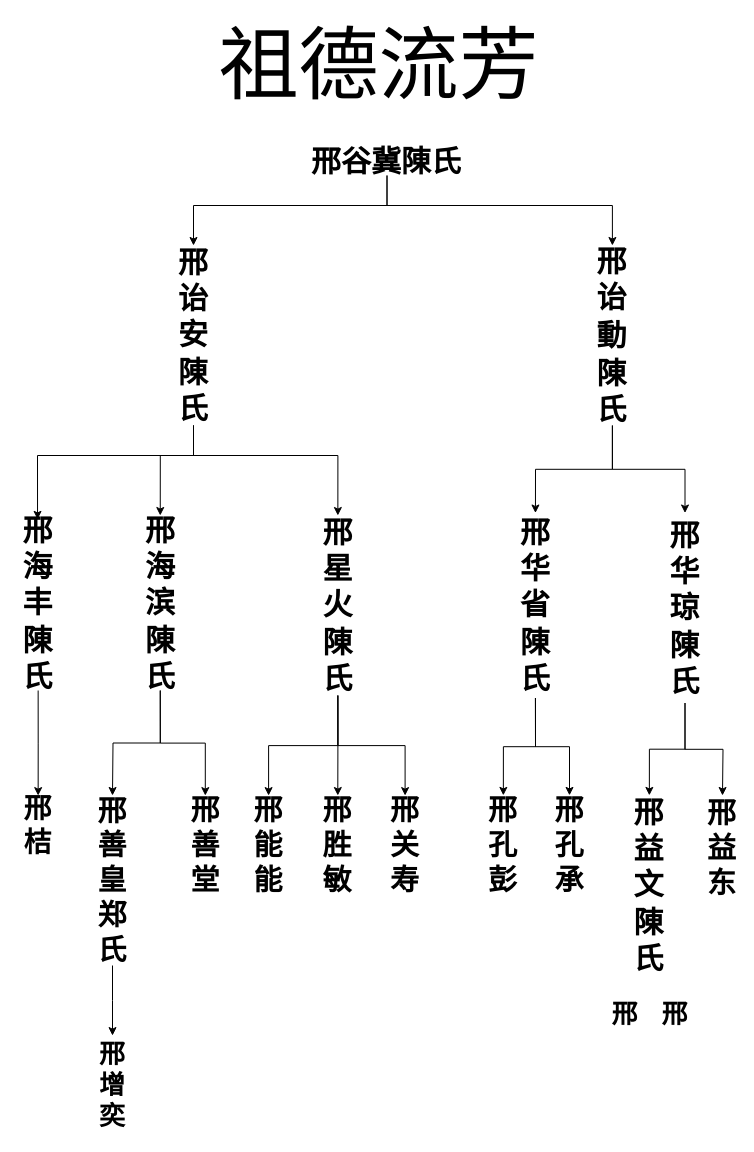
Before: Untitled Diagram.drawio in sunplanter/DSA, a draw.io diagram. Source tidied: cells renumbered, new cells numbered last; positions are measured from the earlier drawing's top-left corner, leaving out a move shared by most shapes. Both pictures are drawn from the tidied source at 100%, with x=0, y=0 at pixel (16, 35).
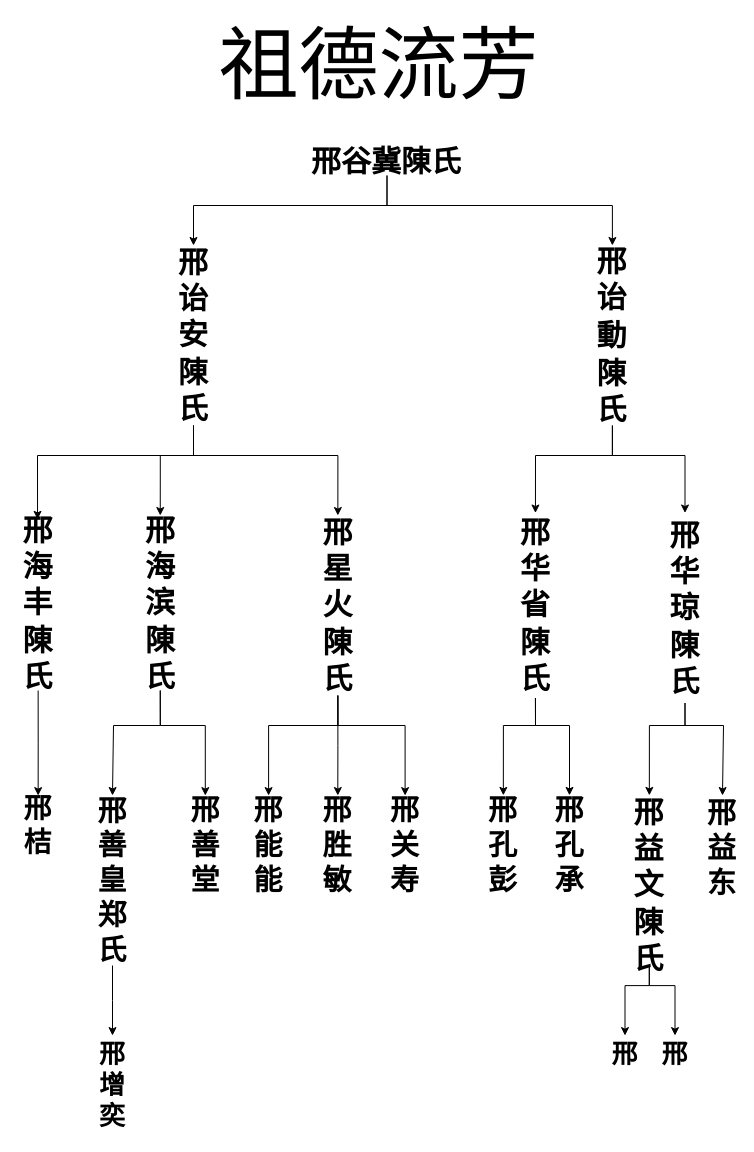
After the change.

The change refers to these unchanged cells:
```xml
<mxCell id="11" value="&lt;span style=&quot;white-space: nowrap; font-size: 30px;&quot;&gt;&lt;b&gt;&lt;font style=&quot;font-size: 30px;&quot;&gt;邢&lt;/font&gt;&lt;/b&gt;&lt;/span&gt;&lt;div style=&quot;font-size: 30px;&quot;&gt;&lt;b&gt;&lt;font style=&quot;font-size: 30px;&quot;&gt;&lt;span style=&quot;white-space: nowrap;&quot;&gt;诒&lt;/span&gt;&lt;br&gt;&lt;/font&gt;&lt;/b&gt;&lt;/div&gt;&lt;div style=&quot;font-size: 30px;&quot;&gt;&lt;span style=&quot;text-align: start; white-space: pre-wrap; font-family: &amp;quot;Helvetica Neue&amp;quot;, Helvetica, &amp;quot;PingFang SC&amp;quot;, Tahoma, Arial, sans-serif; background-color: rgb(255, 255, 255);&quot;&gt;&lt;b&gt;&lt;font style=&quot;font-size: 30px;&quot;&gt;動&lt;/font&gt;&lt;/b&gt;&lt;/span&gt;&lt;/div&gt;&lt;div style=&quot;font-size: 30px;&quot;&gt;&lt;span style=&quot;text-align: start; white-space: pre-wrap; font-family: &amp;quot;Helvetica Neue&amp;quot;, Helvetica, &amp;quot;PingFang SC&amp;quot;, Tahoma, Arial, sans-serif; background-color: rgb(255, 255, 255);&quot;&gt;&lt;b&gt;&lt;font style=&quot;font-size: 30px;&quot;&gt;陳&lt;/font&gt;&lt;/b&gt;&lt;/span&gt;&lt;/div&gt;&lt;div style=&quot;font-size: 30px;&quot;&gt;&lt;span style=&quot;white-space: nowrap;&quot;&gt;&lt;b&gt;&lt;font style=&quot;font-size: 30px;&quot;&gt;氏&lt;/font&gt;&lt;/b&gt;&lt;/span&gt;&lt;/div&gt;" style="text;strokeColor=none;align=center;fillColor=none;html=1;verticalAlign=middle;whiteSpace=wrap;rounded=0;strokeWidth=1;" parent="1" vertex="1">
  <mxGeometry x="578.4" y="210" width="35" height="180" as="geometry" />
</mxCell>
<mxCell id="14" value="&lt;font style=&quot;font-size: 30px;&quot;&gt;&lt;span style=&quot;white-space: nowrap;&quot;&gt;&lt;b&gt;邢&lt;/b&gt;&lt;/span&gt;&lt;/font&gt;&lt;div style=&quot;font-size: 30px;&quot;&gt;&lt;b&gt;&lt;font style=&quot;font-size: 30px;&quot;&gt;&lt;span style=&quot;white-space: nowrap;&quot;&gt;华&lt;/span&gt;&lt;br&gt;&lt;/font&gt;&lt;/b&gt;&lt;/div&gt;&lt;div style=&quot;font-size: 30px;&quot;&gt;&lt;font style=&quot;font-size: 30px;&quot;&gt;&lt;span style=&quot;white-space: nowrap;&quot;&gt;&lt;b&gt;琼&lt;/b&gt;&lt;/span&gt;&lt;/font&gt;&lt;/div&gt;&lt;div style=&quot;font-size: 30px;&quot;&gt;&lt;font style=&quot;font-size: 30px;&quot;&gt;&lt;span style=&quot;text-align: start; white-space: pre-wrap; font-family: &amp;quot;Helvetica Neue&amp;quot;, Helvetica, &amp;quot;PingFang SC&amp;quot;, Tahoma, Arial, sans-serif; background-color: rgb(255, 255, 255);&quot;&gt;&lt;b&gt;陳&lt;/b&gt;&lt;/span&gt;&lt;/font&gt;&lt;/div&gt;&lt;div style=&quot;font-size: 30px;&quot;&gt;&lt;font style=&quot;font-size: 30px;&quot;&gt;&lt;span style=&quot;white-space: nowrap;&quot;&gt;&lt;b&gt;氏&lt;/b&gt;&lt;/span&gt;&lt;/font&gt;&lt;/div&gt;" style="text;strokeColor=none;align=center;fillColor=none;html=1;verticalAlign=middle;whiteSpace=wrap;rounded=0;strokeWidth=1;" parent="1" vertex="1">
  <mxGeometry x="646" y="477.5" width="45" height="190" as="geometry" />
</mxCell>
<mxCell id="17" value="&lt;span style=&quot;white-space: nowrap; font-size: 30px;&quot;&gt;&lt;b&gt;&lt;font style=&quot;font-size: 30px;&quot;&gt;邢&lt;/font&gt;&lt;/b&gt;&lt;/span&gt;&lt;div style=&quot;font-size: 30px;&quot;&gt;&lt;span style=&quot;white-space: nowrap;&quot;&gt;&lt;b&gt;&lt;font style=&quot;font-size: 30px;&quot;&gt;华&lt;/font&gt;&lt;/b&gt;&lt;/span&gt;&lt;/div&gt;&lt;div style=&quot;font-size: 30px;&quot;&gt;&lt;span style=&quot;white-space: nowrap;&quot;&gt;&lt;b&gt;&lt;font style=&quot;font-size: 30px;&quot;&gt;省&lt;/font&gt;&lt;/b&gt;&lt;/span&gt;&lt;/div&gt;&lt;div style=&quot;font-size: 30px;&quot;&gt;&lt;span style=&quot;white-space: pre-wrap; text-align: start; font-family: &amp;quot;Helvetica Neue&amp;quot;, Helvetica, &amp;quot;PingFang SC&amp;quot;, Tahoma, Arial, sans-serif; background-color: rgb(255, 255, 255);&quot;&gt;&lt;b&gt;&lt;font style=&quot;font-size: 30px;&quot;&gt;陳&lt;/font&gt;&lt;/b&gt;&lt;/span&gt;&lt;/div&gt;&lt;div style=&quot;font-size: 30px;&quot;&gt;&lt;span style=&quot;white-space: nowrap;&quot;&gt;&lt;b&gt;&lt;font style=&quot;font-size: 30px;&quot;&gt;氏&lt;/font&gt;&lt;/b&gt;&lt;/span&gt;&lt;/div&gt;" style="text;strokeColor=none;align=center;fillColor=none;html=1;verticalAlign=middle;whiteSpace=wrap;rounded=0;strokeWidth=1;" parent="1" vertex="1">
  <mxGeometry x="501.2" y="477.5" width="35.5" height="185" as="geometry" />
</mxCell>
<mxCell id="18" value="&lt;span style=&quot;white-space: nowrap; font-size: 29px;&quot;&gt;&lt;font style=&quot;font-size: 29px;&quot;&gt;&lt;b&gt;邢&lt;/b&gt;&lt;/font&gt;&lt;/span&gt;&lt;div style=&quot;font-size: 29px;&quot;&gt;&lt;span style=&quot;white-space: nowrap;&quot;&gt;&lt;font style=&quot;font-size: 29px;&quot;&gt;&lt;b&gt;孔&lt;/b&gt;&lt;/font&gt;&lt;/span&gt;&lt;/div&gt;&lt;div style=&quot;font-size: 29px;&quot;&gt;&lt;span style=&quot;white-space: nowrap;&quot;&gt;&lt;font style=&quot;font-size: 29px;&quot;&gt;&lt;b&gt;承&lt;/b&gt;&lt;/font&gt;&lt;/span&gt;&lt;/div&gt;" style="text;strokeColor=none;align=center;fillColor=none;html=1;verticalAlign=middle;whiteSpace=wrap;rounded=0;strokeWidth=1;" parent="1" vertex="1">
  <mxGeometry x="536.8" y="759.9" width="32.4" height="100.1" as="geometry" />
</mxCell>
<mxCell id="19" value="&lt;span style=&quot;white-space: nowrap; font-size: 29px;&quot;&gt;&lt;font style=&quot;font-size: 29px;&quot;&gt;&lt;b&gt;邢&lt;/b&gt;&lt;/font&gt;&lt;/span&gt;&lt;div style=&quot;font-size: 29px;&quot;&gt;&lt;span style=&quot;white-space: nowrap;&quot;&gt;&lt;font style=&quot;font-size: 29px;&quot;&gt;&lt;b&gt;孔&lt;/b&gt;&lt;/font&gt;&lt;/span&gt;&lt;/div&gt;&lt;div style=&quot;font-size: 29px;&quot;&gt;&lt;span style=&quot;white-space: nowrap;&quot;&gt;&lt;font style=&quot;font-size: 29px;&quot;&gt;&lt;b&gt;彭&lt;/b&gt;&lt;/font&gt;&lt;/span&gt;&lt;/div&gt;" style="text;strokeColor=none;align=center;fillColor=none;html=1;verticalAlign=middle;whiteSpace=wrap;rounded=0;strokeWidth=1;" parent="1" vertex="1">
  <mxGeometry x="472.4" y="759.9" width="28.9" height="100.1" as="geometry" />
</mxCell>
<mxCell id="20" value="&lt;span style=&quot;white-space: nowrap; font-size: 30px;&quot;&gt;&lt;font style=&quot;font-size: 30px;&quot;&gt;&lt;b&gt;邢&lt;/b&gt;&lt;/font&gt;&lt;/span&gt;&lt;div style=&quot;font-size: 30px;&quot;&gt;&lt;span style=&quot;white-space: nowrap;&quot;&gt;&lt;font style=&quot;font-size: 30px;&quot;&gt;&lt;b&gt;益&lt;/b&gt;&lt;/font&gt;&lt;/span&gt;&lt;/div&gt;&lt;div style=&quot;font-size: 30px;&quot;&gt;&lt;span style=&quot;white-space: nowrap;&quot;&gt;&lt;font style=&quot;font-size: 30px;&quot;&gt;&lt;b&gt;文&lt;/b&gt;&lt;/font&gt;&lt;/span&gt;&lt;/div&gt;&lt;div style=&quot;font-size: 30px;&quot;&gt;&lt;span style=&quot;white-space: pre-wrap; text-align: start; font-family: &amp;quot;Helvetica Neue&amp;quot;, Helvetica, &amp;quot;PingFang SC&amp;quot;, Tahoma, Arial, sans-serif; background-color: rgb(255, 255, 255);&quot;&gt;&lt;font style=&quot;font-size: 30px;&quot;&gt;&lt;b&gt;陳&lt;/b&gt;&lt;/font&gt;&lt;/span&gt;&lt;/div&gt;&lt;div style=&quot;font-size: 30px;&quot;&gt;&lt;span style=&quot;white-space: nowrap;&quot;&gt;&lt;font style=&quot;font-size: 30px;&quot;&gt;&lt;b&gt;氏&lt;/b&gt;&lt;/font&gt;&lt;/span&gt;&lt;/div&gt;" style="text;strokeColor=none;align=center;fillColor=none;html=1;verticalAlign=middle;whiteSpace=wrap;rounded=0;strokeWidth=1;" parent="1" vertex="1">
  <mxGeometry x="613.4" y="759.9" width="38.9" height="180" as="geometry" />
</mxCell>
<mxCell id="24" value="&lt;span style=&quot;white-space: nowrap; font-size: 30px;&quot;&gt;&lt;font style=&quot;font-size: 30px;&quot;&gt;&lt;b&gt;邢&lt;/b&gt;&lt;/font&gt;&lt;/span&gt;&lt;div style=&quot;font-size: 30px;&quot;&gt;&lt;span style=&quot;white-space: nowrap;&quot;&gt;&lt;font style=&quot;font-size: 30px;&quot;&gt;&lt;b&gt;海&lt;/b&gt;&lt;/font&gt;&lt;/span&gt;&lt;/div&gt;&lt;div style=&quot;font-size: 30px;&quot;&gt;&lt;span style=&quot;white-space: nowrap;&quot;&gt;&lt;font style=&quot;font-size: 30px;&quot;&gt;&lt;b&gt;滨&lt;/b&gt;&lt;/font&gt;&lt;/span&gt;&lt;/div&gt;&lt;div style=&quot;font-size: 30px;&quot;&gt;&lt;span style=&quot;white-space: pre-wrap; text-align: start; font-family: &amp;quot;Helvetica Neue&amp;quot;, Helvetica, &amp;quot;PingFang SC&amp;quot;, Tahoma, Arial, sans-serif; background-color: rgb(255, 255, 255);&quot;&gt;&lt;font style=&quot;font-size: 30px;&quot;&gt;&lt;b&gt;陳&lt;/b&gt;&lt;/font&gt;&lt;/span&gt;&lt;/div&gt;&lt;div style=&quot;font-size: 30px;&quot;&gt;&lt;span style=&quot;white-space: nowrap;&quot;&gt;&lt;font style=&quot;font-size: 30px;&quot;&gt;&lt;b&gt;氏&lt;/b&gt;&lt;/font&gt;&lt;/span&gt;&lt;/div&gt;" style="text;strokeColor=none;align=center;fillColor=none;html=1;verticalAlign=middle;whiteSpace=wrap;rounded=0;strokeWidth=1;" parent="1" vertex="1">
  <mxGeometry x="124" y="480" width="39.5" height="175" as="geometry" />
</mxCell>
<mxCell id="30" value="&lt;span style=&quot;white-space: nowrap; font-size: 30px;&quot;&gt;&lt;font style=&quot;font-size: 30px;&quot;&gt;&lt;b&gt;邢&lt;/b&gt;&lt;/font&gt;&lt;/span&gt;&lt;div style=&quot;font-size: 30px;&quot;&gt;&lt;span style=&quot;white-space: nowrap;&quot;&gt;&lt;font style=&quot;font-size: 30px;&quot;&gt;&lt;b&gt;星&lt;/b&gt;&lt;/font&gt;&lt;/span&gt;&lt;/div&gt;&lt;div style=&quot;font-size: 30px;&quot;&gt;&lt;span style=&quot;white-space: nowrap;&quot;&gt;&lt;font style=&quot;font-size: 30px;&quot;&gt;&lt;b&gt;火&lt;/b&gt;&lt;/font&gt;&lt;/span&gt;&lt;/div&gt;&lt;div style=&quot;font-size: 30px;&quot;&gt;&lt;span style=&quot;white-space: pre-wrap; text-align: start; font-family: &amp;quot;Helvetica Neue&amp;quot;, Helvetica, &amp;quot;PingFang SC&amp;quot;, Tahoma, Arial, sans-serif; background-color: rgb(255, 255, 255);&quot;&gt;&lt;font style=&quot;font-size: 30px;&quot;&gt;&lt;b&gt;陳&lt;/b&gt;&lt;/font&gt;&lt;/span&gt;&lt;/div&gt;&lt;div style=&quot;font-size: 30px;&quot;&gt;&lt;span style=&quot;white-space: nowrap;&quot;&gt;&lt;font style=&quot;font-size: 30px;&quot;&gt;&lt;b&gt;氏&lt;/b&gt;&lt;/font&gt;&lt;/span&gt;&lt;/div&gt;" style="text;strokeColor=none;align=center;fillColor=none;html=1;verticalAlign=middle;whiteSpace=wrap;rounded=0;strokeWidth=1;" parent="1" vertex="1">
  <mxGeometry x="300.1" y="480" width="42.5" height="180" as="geometry" />
</mxCell>
<mxCell id="32" value="&lt;span style=&quot;white-space: nowrap; font-size: 29px;&quot;&gt;&lt;b&gt;&lt;font style=&quot;font-size: 29px;&quot;&gt;邢&lt;/font&gt;&lt;/b&gt;&lt;/span&gt;&lt;div style=&quot;font-size: 29px;&quot;&gt;&lt;span style=&quot;white-space: nowrap;&quot;&gt;&lt;b&gt;&lt;font style=&quot;font-size: 29px;&quot;&gt;善&lt;/font&gt;&lt;/b&gt;&lt;/span&gt;&lt;/div&gt;&lt;div style=&quot;font-size: 29px;&quot;&gt;&lt;span style=&quot;white-space: nowrap;&quot;&gt;&lt;b&gt;&lt;font style=&quot;font-size: 29px;&quot;&gt;堂&lt;/font&gt;&lt;/b&gt;&lt;/span&gt;&lt;/div&gt;" style="text;strokeColor=none;align=center;fillColor=none;html=1;verticalAlign=middle;whiteSpace=wrap;rounded=0;strokeWidth=1;" parent="1" vertex="1">
  <mxGeometry x="173.8" y="760.1" width="30" height="100" as="geometry" />
</mxCell>
<mxCell id="35" value="&lt;span style=&quot;white-space: nowrap; font-size: 29px;&quot;&gt;&lt;b&gt;&lt;font style=&quot;font-size: 29px;&quot;&gt;邢&lt;/font&gt;&lt;/b&gt;&lt;/span&gt;&lt;div style=&quot;font-size: 29px;&quot;&gt;&lt;span style=&quot;white-space: nowrap;&quot;&gt;&lt;b&gt;&lt;font style=&quot;font-size: 29px;&quot;&gt;关&lt;/font&gt;&lt;/b&gt;&lt;/span&gt;&lt;/div&gt;&lt;div style=&quot;font-size: 29px;&quot;&gt;&lt;span style=&quot;white-space: nowrap;&quot;&gt;&lt;b&gt;&lt;font style=&quot;font-size: 29px;&quot;&gt;寿&lt;/font&gt;&lt;/b&gt;&lt;/span&gt;&lt;/div&gt;" style="text;strokeColor=none;align=center;fillColor=none;html=1;verticalAlign=middle;whiteSpace=wrap;rounded=0;strokeWidth=1;" parent="1" vertex="1">
  <mxGeometry x="373.9" y="760.1" width="29.4" height="100" as="geometry" />
</mxCell>
<mxCell id="37" value="&lt;span style=&quot;white-space: nowrap; font-size: 29px;&quot;&gt;&lt;font style=&quot;font-size: 29px;&quot;&gt;&lt;b&gt;邢&lt;/b&gt;&lt;/font&gt;&lt;/span&gt;&lt;div style=&quot;font-size: 29px;&quot;&gt;&lt;span style=&quot;white-space: nowrap;&quot;&gt;&lt;font style=&quot;font-size: 29px;&quot;&gt;&lt;b&gt;能&lt;/b&gt;&lt;/font&gt;&lt;/span&gt;&lt;/div&gt;&lt;div style=&quot;font-size: 29px;&quot;&gt;&lt;span style=&quot;white-space: nowrap;&quot;&gt;&lt;font style=&quot;font-size: 29px;&quot;&gt;&lt;b&gt;能&lt;/b&gt;&lt;/font&gt;&lt;/span&gt;&lt;/div&gt;" style="text;strokeColor=none;align=center;fillColor=none;html=1;verticalAlign=middle;whiteSpace=wrap;rounded=0;strokeWidth=1;" parent="1" vertex="1">
  <mxGeometry x="233.9" y="760.1" width="36.4" height="100" as="geometry" />
</mxCell>
```

Change to the diagram source:
```diff
@@
     <mxCell id="9" style="edgeStyle=orthogonalEdgeStyle;rounded=0;jettySize=auto;html=1;exitX=0.5;exitY=1;exitDx=0;exitDy=0;entryX=0.5;entryY=0;entryDx=0;entryDy=0;" parent="1" edge="1" source="11" target="17">
-      <mxGeometry relative="1" as="geometry" />
+      <mxGeometry relative="1" as="geometry">
+        <Array as="points">
+          <mxPoint x="596" y="420" />
+          <mxPoint x="519" y="420" />
+        </Array>
+      </mxGeometry>
     </mxCell>
     <mxCell id="10" style="edgeStyle=orthogonalEdgeStyle;rounded=0;jettySize=auto;html=1;exitX=0.5;exitY=1;exitDx=0;exitDy=0;entryX=0.5;entryY=0;entryDx=0;entryDy=0;" parent="1" edge="1" source="11" target="14">
-      <mxGeometry relative="1" as="geometry" />
+      <mxGeometry relative="1" as="geometry">
+        <Array as="points">
+          <mxPoint x="596" y="420" />
+          <mxPoint x="669" y="420" />
+        </Array>
+      </mxGeometry>
     </mxCell>
@@
     <mxCell id="12" style="edgeStyle=orthogonalEdgeStyle;rounded=0;jettySize=auto;html=1;exitX=0.5;exitY=1;exitDx=0;exitDy=0;entryX=0.5;entryY=0;entryDx=0;entryDy=0;" parent="1" edge="1" source="14" target="20">
-      <mxGeometry relative="1" as="geometry" />
+      <mxGeometry relative="1" as="geometry">
+        <Array as="points">
+          <mxPoint x="669" y="690" />
+          <mxPoint x="633" y="690" />
+        </Array>
+      </mxGeometry>
     </mxCell>
     <mxCell id="13" style="edgeStyle=orthogonalEdgeStyle;rounded=0;jettySize=auto;html=1;exitX=0.5;exitY=1;exitDx=0;exitDy=0;" parent="1" edge="1" source="14">
       <mxGeometry relative="1" as="geometry">
         <mxPoint x="706" y="760" as="targetPoint" />
+        <Array as="points">
+          <mxPoint x="669" y="690" />
+          <mxPoint x="707" y="690" />
+          <mxPoint x="707" y="760" />
+        </Array>
       </mxGeometry>
     </mxCell>
@@
     <mxCell id="15" style="edgeStyle=orthogonalEdgeStyle;rounded=0;jettySize=auto;html=1;exitX=0.5;exitY=1;exitDx=0;exitDy=0;entryX=0.5;entryY=0;entryDx=0;entryDy=0;" parent="1" edge="1" source="17" target="19">
-      <mxGeometry relative="1" as="geometry" />
+      <mxGeometry relative="1" as="geometry">
+        <Array as="points">
+          <mxPoint x="519" y="690" />
+          <mxPoint x="487" y="690" />
+        </Array>
+      </mxGeometry>
     </mxCell>
     <mxCell id="16" style="edgeStyle=orthogonalEdgeStyle;rounded=0;jettySize=auto;html=1;exitX=0.5;exitY=1;exitDx=0;exitDy=0;entryX=0.5;entryY=0;entryDx=0;entryDy=0;" parent="1" edge="1" source="17" target="18">
-      <mxGeometry relative="1" as="geometry" />
+      <mxGeometry relative="1" as="geometry">
+        <Array as="points">
+          <mxPoint x="519" y="690" />
+          <mxPoint x="553" y="690" />
+        </Array>
+      </mxGeometry>
     </mxCell>
@@
+    <mxCell id="42" style="edgeStyle=orthogonalEdgeStyle;rounded=0;orthogonalLoop=1;jettySize=auto;html=1;exitX=0.5;exitY=1;exitDx=0;exitDy=0;entryX=0.5;entryY=0;entryDx=0;entryDy=0;" parent="1" edge="1">
+      <mxGeometry relative="1" as="geometry">
+        <mxPoint x="632.8" y="930.1" as="sourcePoint" />
+        <mxPoint x="608.5" y="1000.1" as="targetPoint" />
+        <Array as="points">
+          <mxPoint x="633" y="950.1" />
+          <mxPoint x="609" y="950.1" />
+        </Array>
+      </mxGeometry>
+    </mxCell>
+    <mxCell id="43" style="edgeStyle=orthogonalEdgeStyle;rounded=0;orthogonalLoop=1;jettySize=auto;html=1;exitX=0.5;exitY=1;exitDx=0;exitDy=0;entryX=0.5;entryY=0;entryDx=0;entryDy=0;" parent="1" edge="1">
+      <mxGeometry relative="1" as="geometry">
+        <mxPoint x="632.8" y="930.1" as="sourcePoint" />
+        <mxPoint x="658.5" y="1000.1" as="targetPoint" />
+        <Array as="points">
+          <mxPoint x="633" y="950.1" />
+          <mxPoint x="659" y="950.1" />
+        </Array>
+      </mxGeometry>
+    </mxCell>
@@
     <mxCell id="22" style="edgeStyle=orthogonalEdgeStyle;rounded=0;jettySize=auto;html=1;exitX=0.5;exitY=1;exitDx=0;exitDy=0;entryX=0.5;entryY=0;entryDx=0;entryDy=0;" parent="1" edge="1" source="24" target="32">
-      <mxGeometry relative="1" as="geometry" />
+      <mxGeometry relative="1" as="geometry">
+        <Array as="points">
+          <mxPoint x="144" y="690" />
+          <mxPoint x="189" y="690" />
+        </Array>
+      </mxGeometry>
     </mxCell>
     <mxCell id="23" style="edgeStyle=orthogonalEdgeStyle;rounded=0;jettySize=auto;html=1;exitX=0.5;exitY=1;exitDx=0;exitDy=0;" parent="1" edge="1" source="24">
       <mxGeometry relative="1" as="geometry">
         <mxPoint x="96" y="760" as="targetPoint" />
+        <Array as="points">
+          <mxPoint x="144" y="690" />
+          <mxPoint x="97" y="690" />
+          <mxPoint x="97" y="760" />
+        </Array>
       </mxGeometry>
     </mxCell>
@@
     <mxCell id="27" style="edgeStyle=orthogonalEdgeStyle;rounded=0;jettySize=auto;html=1;exitX=0.5;exitY=1;exitDx=0;exitDy=0;entryX=0.5;entryY=0;entryDx=0;entryDy=0;" parent="1" edge="1" source="30" target="37">
-      <mxGeometry relative="1" as="geometry" />
+      <mxGeometry relative="1" as="geometry">
+        <Array as="points">
+          <mxPoint x="321" y="690" />
+          <mxPoint x="252" y="690" />
+        </Array>
+      </mxGeometry>
     </mxCell>
     <mxCell id="28" style="edgeStyle=orthogonalEdgeStyle;rounded=0;jettySize=auto;html=1;exitX=0.5;exitY=1;exitDx=0;exitDy=0;entryX=0.5;entryY=0;entryDx=0;entryDy=0;" parent="1" edge="1" source="30" target="35">
-      <mxGeometry relative="1" as="geometry" />
+      <mxGeometry relative="1" as="geometry">
+        <Array as="points">
+          <mxPoint x="321" y="690" />
+          <mxPoint x="389" y="690" />
+        </Array>
+      </mxGeometry>
     </mxCell>
@@
     <mxCell id="39" value="&lt;span style=&quot;white-space: nowrap; font-size: 26px;&quot;&gt;&lt;font style=&quot;font-size: 26px;&quot;&gt;&lt;b&gt;邢&lt;/b&gt;&lt;/font&gt;&lt;/span&gt;&lt;div style=&quot;font-size: 26px;&quot;&gt;&lt;br&gt;&lt;/div&gt;" style="text;strokeColor=none;align=center;fillColor=none;html=1;verticalAlign=middle;whiteSpace=wrap;rounded=0;strokeWidth=1;" parent="1" vertex="1">
-      <mxGeometry x="596" y="970" width="25" height="50" as="geometry" />
+      <mxGeometry x="596" y="1010" width="25" height="50" as="geometry" />
     </mxCell>
@@
     <mxCell id="41" value="&lt;span style=&quot;white-space: nowrap; font-size: 26px;&quot;&gt;&lt;font style=&quot;font-size: 26px;&quot;&gt;&lt;b&gt;邢&lt;/b&gt;&lt;/font&gt;&lt;/span&gt;&lt;div style=&quot;font-size: 26px;&quot;&gt;&lt;br&gt;&lt;/div&gt;" style="text;strokeColor=none;align=center;fillColor=none;html=1;verticalAlign=middle;whiteSpace=wrap;rounded=0;strokeWidth=1;" parent="1" vertex="1">
-      <mxGeometry x="646" y="970" width="25" height="50" as="geometry" />
+      <mxGeometry x="646" y="1010" width="25" height="50" as="geometry" />
     </mxCell>
```
